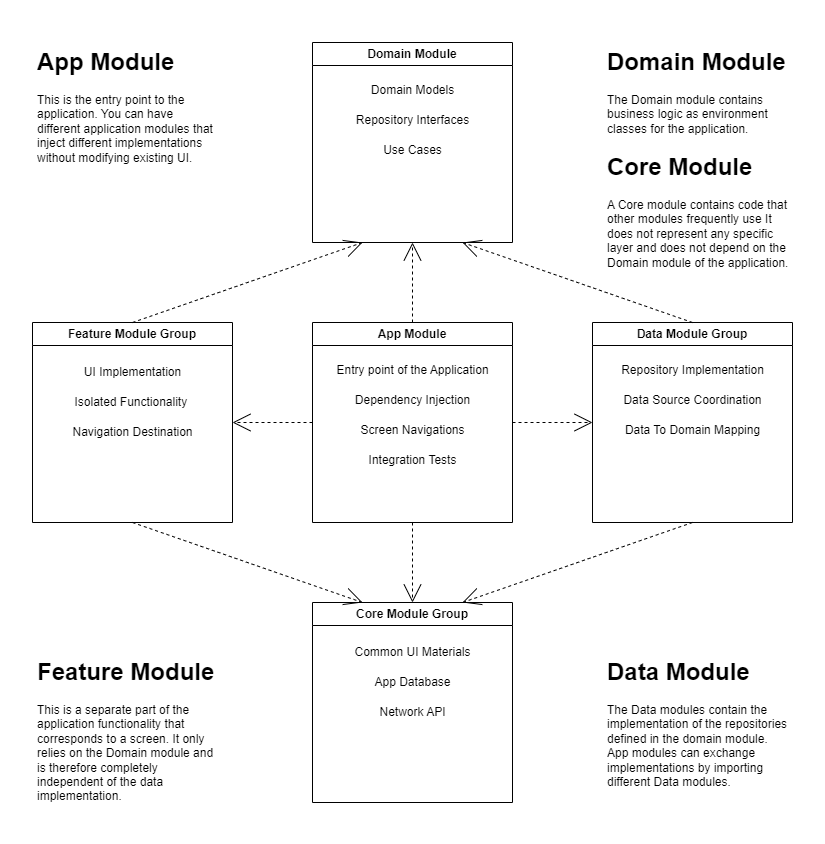
Deathhit/SunflowerClone keeps this draw.io diagram as docs/diagrams/Android App Architecture Overview.png. Above is the earlier version. Source tidied: cells renumbered, new cells last; positions are measured from the earlier drawing's top-left corner, leaving out a move shared by most shapes.
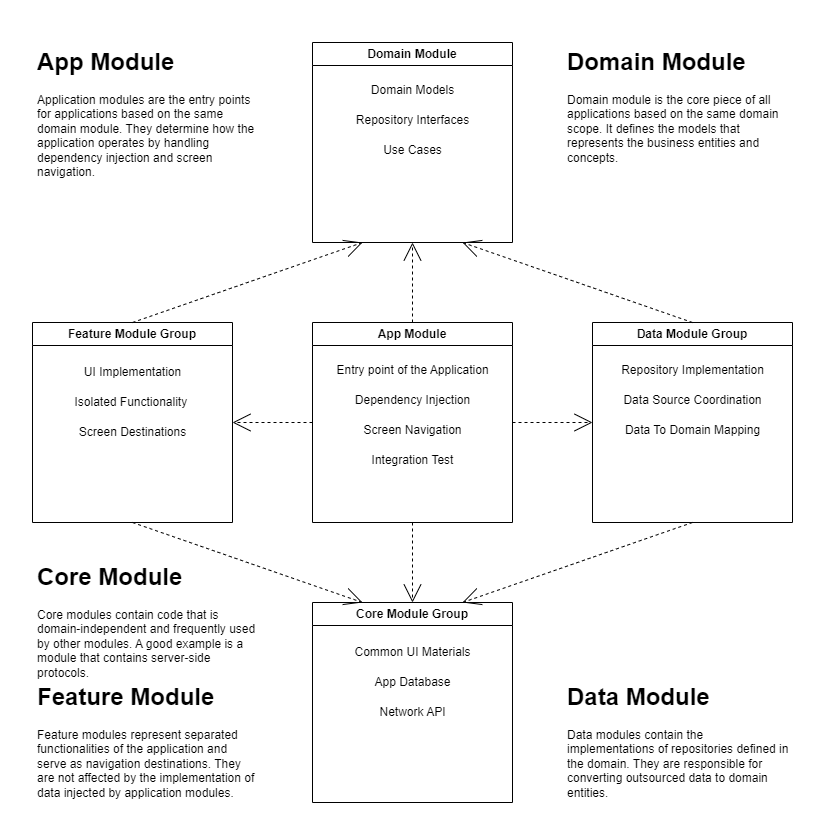
Above is the later version.

Diff of the diagram source:
```diff
@@ -2,110 +2,110 @@
   <root>
     <mxCell id="0" />
     <mxCell id="1" parent="0" />
-    <mxCell id="2" style="group;" parent="1" vertex="1">
-      <mxGeometry width="760" height="770" as="geometry" />
-    </mxCell>
+    <mxCell id="37" style="group;" parent="1" vertex="1">
+      <mxGeometry width="760" height="760" as="geometry" />
+    </mxCell>
-    <mxCell id="3" value="Feature Module Group" style="swimlane;whiteSpace=wrap;html=1;" parent="2" vertex="1">
+    <mxCell id="3" value="Feature Module Group" style="swimlane;whiteSpace=wrap;html=1;" parent="37" vertex="1">
       <mxGeometry y="280" width="200" height="200" as="geometry" />
     </mxCell>
-    <mxCell id="4" value="App Module" style="swimlane;whiteSpace=wrap;html=1;" parent="2" vertex="1">
+    <mxCell id="4" value="App Module" style="swimlane;whiteSpace=wrap;html=1;" parent="37" vertex="1">
       <mxGeometry x="280" y="280" width="200" height="200" as="geometry" />
     </mxCell>
-    <mxCell id="5" value="Data Module Group" style="swimlane;whiteSpace=wrap;html=1;" parent="2" vertex="1">
+    <mxCell id="5" value="Data Module Group" style="swimlane;whiteSpace=wrap;html=1;" parent="37" vertex="1">
       <mxGeometry x="560" y="280" width="200" height="200" as="geometry" />
     </mxCell>
-    <mxCell id="6" value="Core Module Group" style="swimlane;whiteSpace=wrap;html=1;" parent="2" vertex="1">
+    <mxCell id="6" value="Core Module Group" style="swimlane;whiteSpace=wrap;html=1;" parent="37" vertex="1">
       <mxGeometry x="280" y="560" width="200" height="200" as="geometry" />
     </mxCell>
-    <mxCell id="7" value="Domain Module" style="swimlane;whiteSpace=wrap;html=1;" parent="2" vertex="1">
+    <mxCell id="7" value="Domain Module" style="swimlane;whiteSpace=wrap;html=1;" parent="37" vertex="1">
       <mxGeometry x="280" width="200" height="200" as="geometry" />
     </mxCell>
-    <mxCell id="8" style="edgeStyle=none;rounded=0;html=1;dashed=1;labelBackgroundColor=none;startArrow=none;startFill=0;startSize=8;endArrow=open;endFill=0;endSize=16;fontFamily=Verdana;fontSize=12;entryX=0.25;entryY=1;entryDx=0;entryDy=0;exitX=0.5;exitY=0;exitDx=0;exitDy=0;" parent="2" edge="1" source="3" target="7">
+    <mxCell id="8" style="edgeStyle=none;rounded=0;html=1;dashed=1;labelBackgroundColor=none;startArrow=none;startFill=0;startSize=8;endArrow=open;endFill=0;endSize=16;fontFamily=Verdana;fontSize=12;entryX=0.25;entryY=1;entryDx=0;entryDy=0;exitX=0.5;exitY=0;exitDx=0;exitDy=0;" parent="37" edge="1" source="3" target="7">
       <mxGeometry relative="1" as="geometry" />
     </mxCell>
-    <mxCell id="9" style="edgeStyle=none;rounded=0;html=1;dashed=1;labelBackgroundColor=none;startArrow=none;startFill=0;startSize=8;endArrow=open;endFill=0;endSize=16;fontFamily=Verdana;fontSize=12;exitX=0.5;exitY=0;exitDx=0;exitDy=0;entryX=0.5;entryY=1;entryDx=0;entryDy=0;" parent="2" edge="1" source="4" target="7">
+    <mxCell id="9" style="edgeStyle=none;rounded=0;html=1;dashed=1;labelBackgroundColor=none;startArrow=none;startFill=0;startSize=8;endArrow=open;endFill=0;endSize=16;fontFamily=Verdana;fontSize=12;exitX=0.5;exitY=0;exitDx=0;exitDy=0;entryX=0.5;entryY=1;entryDx=0;entryDy=0;" parent="37" edge="1" source="4" target="7">
       <mxGeometry relative="1" as="geometry" />
     </mxCell>
-    <mxCell id="10" style="edgeStyle=none;rounded=0;html=1;dashed=1;labelBackgroundColor=none;startArrow=none;startFill=0;startSize=8;endArrow=open;endFill=0;endSize=16;fontFamily=Verdana;fontSize=12;exitX=0.5;exitY=0;exitDx=0;exitDy=0;entryX=0.75;entryY=1;entryDx=0;entryDy=0;" parent="2" edge="1" source="5" target="7">
+    <mxCell id="10" style="edgeStyle=none;rounded=0;html=1;dashed=1;labelBackgroundColor=none;startArrow=none;startFill=0;startSize=8;endArrow=open;endFill=0;endSize=16;fontFamily=Verdana;fontSize=12;exitX=0.5;exitY=0;exitDx=0;exitDy=0;entryX=0.75;entryY=1;entryDx=0;entryDy=0;" parent="37" edge="1" source="5" target="7">
       <mxGeometry relative="1" as="geometry" />
     </mxCell>
-    <mxCell id="11" style="edgeStyle=none;rounded=0;html=1;dashed=1;labelBackgroundColor=none;startArrow=none;startFill=0;startSize=8;endArrow=open;endFill=0;endSize=16;fontFamily=Verdana;fontSize=12;entryX=1;entryY=0.5;entryDx=0;entryDy=0;exitX=0;exitY=0.5;exitDx=0;exitDy=0;" parent="2" edge="1" source="4" target="3">
+    <mxCell id="11" style="edgeStyle=none;rounded=0;html=1;dashed=1;labelBackgroundColor=none;startArrow=none;startFill=0;startSize=8;endArrow=open;endFill=0;endSize=16;fontFamily=Verdana;fontSize=12;entryX=1;entryY=0.5;entryDx=0;entryDy=0;exitX=0;exitY=0.5;exitDx=0;exitDy=0;" parent="37" edge="1" source="4" target="3">
       <mxGeometry relative="1" as="geometry" />
     </mxCell>
-    <mxCell id="12" style="edgeStyle=none;rounded=0;html=1;dashed=1;labelBackgroundColor=none;startArrow=none;startFill=0;startSize=8;endArrow=open;endFill=0;endSize=16;fontFamily=Verdana;fontSize=12;entryX=0;entryY=0.5;entryDx=0;entryDy=0;exitX=1;exitY=0.5;exitDx=0;exitDy=0;" parent="2" edge="1" source="4" target="5">
+    <mxCell id="12" style="edgeStyle=none;rounded=0;html=1;dashed=1;labelBackgroundColor=none;startArrow=none;startFill=0;startSize=8;endArrow=open;endFill=0;endSize=16;fontFamily=Verdana;fontSize=12;entryX=0;entryY=0.5;entryDx=0;entryDy=0;exitX=1;exitY=0.5;exitDx=0;exitDy=0;" parent="37" edge="1" source="4" target="5">
       <mxGeometry relative="1" as="geometry" />
     </mxCell>
-    <mxCell id="13" style="edgeStyle=none;rounded=0;html=1;dashed=1;labelBackgroundColor=none;startArrow=none;startFill=0;startSize=8;endArrow=open;endFill=0;endSize=16;fontFamily=Verdana;fontSize=12;entryX=0.25;entryY=0;entryDx=0;entryDy=0;exitX=0.5;exitY=1;exitDx=0;exitDy=0;" parent="2" edge="1" source="3" target="6">
+    <mxCell id="13" style="edgeStyle=none;rounded=0;html=1;dashed=1;labelBackgroundColor=none;startArrow=none;startFill=0;startSize=8;endArrow=open;endFill=0;endSize=16;fontFamily=Verdana;fontSize=12;entryX=0.25;entryY=0;entryDx=0;entryDy=0;exitX=0.5;exitY=1;exitDx=0;exitDy=0;" parent="37" edge="1" source="3" target="6">
       <mxGeometry relative="1" as="geometry" />
     </mxCell>
-    <mxCell id="14" style="edgeStyle=none;rounded=0;html=1;dashed=1;labelBackgroundColor=none;startArrow=none;startFill=0;startSize=8;endArrow=open;endFill=0;endSize=16;fontFamily=Verdana;fontSize=12;exitX=0.5;exitY=1;exitDx=0;exitDy=0;entryX=0.5;entryY=0;entryDx=0;entryDy=0;" parent="2" edge="1" source="4" target="6">
+    <mxCell id="14" style="edgeStyle=none;rounded=0;html=1;dashed=1;labelBackgroundColor=none;startArrow=none;startFill=0;startSize=8;endArrow=open;endFill=0;endSize=16;fontFamily=Verdana;fontSize=12;exitX=0.5;exitY=1;exitDx=0;exitDy=0;entryX=0.5;entryY=0;entryDx=0;entryDy=0;" parent="37" edge="1" source="4" target="6">
       <mxGeometry relative="1" as="geometry" />
     </mxCell>
-    <mxCell id="15" style="edgeStyle=none;rounded=0;html=1;dashed=1;labelBackgroundColor=none;startArrow=none;startFill=0;startSize=8;endArrow=open;endFill=0;endSize=16;fontFamily=Verdana;fontSize=12;exitX=0.5;exitY=1;exitDx=0;exitDy=0;entryX=0.75;entryY=0;entryDx=0;entryDy=0;" parent="2" edge="1" source="5" target="6">
+    <mxCell id="15" style="edgeStyle=none;rounded=0;html=1;dashed=1;labelBackgroundColor=none;startArrow=none;startFill=0;startSize=8;endArrow=open;endFill=0;endSize=16;fontFamily=Verdana;fontSize=12;exitX=0.5;exitY=1;exitDx=0;exitDy=0;entryX=0.75;entryY=0;entryDx=0;entryDy=0;" parent="37" edge="1" source="5" target="6">
       <mxGeometry relative="1" as="geometry" />
     </mxCell>
-    <mxCell id="16" value="Isolated Functionality&amp;nbsp;" style="text;html=1;align=center;verticalAlign=middle;strokeColor=none;fillColor=none;" parent="2" vertex="1">
+    <mxCell id="16" value="Isolated Functionality&amp;nbsp;" style="text;html=1;align=center;verticalAlign=middle;strokeColor=none;fillColor=none;" parent="37" vertex="1">
       <mxGeometry x="30" y="345" width="140" height="30" as="geometry" />
     </mxCell>
-    <mxCell id="17" value="Navigation Destination" style="text;html=1;align=center;verticalAlign=middle;strokeColor=none;fillColor=none;" parent="2" vertex="1">
-      <mxGeometry x="30" y="375" width="140" height="30" as="geometry" />
+    <mxCell id="17" value="Screen Destinations" style="text;html=1;align=center;verticalAlign=middle;strokeColor=none;fillColor=none;" parent="37" vertex="1">
+      <mxGeometry x="35" y="375" width="130" height="30" as="geometry" />
     </mxCell>
-    <mxCell id="18" value="UI Implementation" style="text;html=1;align=center;verticalAlign=middle;strokeColor=none;fillColor=none;" parent="2" vertex="1">
+    <mxCell id="18" value="UI Implementation" style="text;html=1;align=center;verticalAlign=middle;strokeColor=none;fillColor=none;" parent="37" vertex="1">
       <mxGeometry x="40" y="315" width="120" height="30" as="geometry" />
     </mxCell>
-    <mxCell id="19" value="Repository Implementation" style="text;html=1;align=center;verticalAlign=middle;strokeColor=none;fillColor=none;" parent="2" vertex="1">
+    <mxCell id="19" value="Repository Implementation" style="text;html=1;align=center;verticalAlign=middle;strokeColor=none;fillColor=none;" parent="37" vertex="1">
       <mxGeometry x="575" y="313" width="170" height="30" as="geometry" />
     </mxCell>
-    <mxCell id="20" value="Data Source Coordination" style="text;html=1;align=center;verticalAlign=middle;strokeColor=none;fillColor=none;" parent="2" vertex="1">
+    <mxCell id="20" value="Data Source Coordination" style="text;html=1;align=center;verticalAlign=middle;strokeColor=none;fillColor=none;" parent="37" vertex="1">
       <mxGeometry x="580" y="343" width="160" height="30" as="geometry" />
     </mxCell>
-    <mxCell id="21" value="Data To Domain Mapping" style="text;html=1;align=center;verticalAlign=middle;strokeColor=none;fillColor=none;" parent="2" vertex="1">
+    <mxCell id="21" value="Data To Domain Mapping" style="text;html=1;align=center;verticalAlign=middle;strokeColor=none;fillColor=none;" parent="37" vertex="1">
       <mxGeometry x="580" y="373" width="160" height="30" as="geometry" />
     </mxCell>
-    <mxCell id="22" value="Common UI Materials" style="text;html=1;align=center;verticalAlign=middle;strokeColor=none;fillColor=none;" parent="2" vertex="1">
+    <mxCell id="22" value="Common UI Materials" style="text;html=1;align=center;verticalAlign=middle;strokeColor=none;fillColor=none;" parent="37" vertex="1">
       <mxGeometry x="310" y="595" width="140" height="30" as="geometry" />
     </mxCell>
-    <mxCell id="23" value="App Database" style="text;html=1;align=center;verticalAlign=middle;strokeColor=none;fillColor=none;" parent="2" vertex="1">
+    <mxCell id="23" value="App Database" style="text;html=1;align=center;verticalAlign=middle;strokeColor=none;fillColor=none;" parent="37" vertex="1">
       <mxGeometry x="330" y="625" width="100" height="30" as="geometry" />
     </mxCell>
-    <mxCell id="24" value="Network API" style="text;html=1;align=center;verticalAlign=middle;strokeColor=none;fillColor=none;" parent="2" vertex="1">
+    <mxCell id="24" value="Network API" style="text;html=1;align=center;verticalAlign=middle;strokeColor=none;fillColor=none;" parent="37" vertex="1">
       <mxGeometry x="335" y="655" width="90" height="30" as="geometry" />
     </mxCell>
-    <mxCell id="25" value="Domain Models" style="text;html=1;align=center;verticalAlign=middle;strokeColor=none;fillColor=none;" parent="2" vertex="1">
+    <mxCell id="25" value="Domain Models" style="text;html=1;align=center;verticalAlign=middle;strokeColor=none;fillColor=none;" parent="37" vertex="1">
       <mxGeometry x="325" y="33" width="110" height="30" as="geometry" />
     </mxCell>
-    <mxCell id="26" value="Repository Interfaces" style="text;html=1;align=center;verticalAlign=middle;strokeColor=none;fillColor=none;" parent="2" vertex="1">
+    <mxCell id="26" value="Repository Interfaces" style="text;html=1;align=center;verticalAlign=middle;strokeColor=none;fillColor=none;" parent="37" vertex="1">
       <mxGeometry x="310" y="63" width="140" height="30" as="geometry" />
     </mxCell>
-    <mxCell id="27" value="Use Cases" style="text;html=1;align=center;verticalAlign=middle;strokeColor=none;fillColor=none;" parent="2" vertex="1">
+    <mxCell id="27" value="Use Cases" style="text;html=1;align=center;verticalAlign=middle;strokeColor=none;fillColor=none;" parent="37" vertex="1">
       <mxGeometry x="340" y="93" width="80" height="30" as="geometry" />
     </mxCell>
-    <mxCell id="28" value="&lt;h1&gt;App Module&lt;/h1&gt;&lt;p&gt;This is the entry point to the application. You can have different application modules that inject different implementations without modifying existing UI.&lt;/p&gt;" style="text;html=1;strokeColor=none;fillColor=none;spacing=5;spacingTop=-20;whiteSpace=wrap;overflow=hidden;rounded=0;" parent="2" vertex="1">
-      <mxGeometry width="190" height="130" as="geometry" />
+    <mxCell id="28" value="&lt;h1&gt;App Module&lt;/h1&gt;&lt;p&gt;Application modules are the entry points for applications based on the same domain module. They determine how the application operates by handling dependency injection and screen navigation.&amp;nbsp;&lt;/p&gt;" style="text;html=1;strokeColor=none;fillColor=none;spacing=5;spacingTop=-20;whiteSpace=wrap;overflow=hidden;rounded=0;" parent="37" vertex="1">
+      <mxGeometry width="230" height="145" as="geometry" />
     </mxCell>
-    <mxCell id="29" value="&lt;h1&gt;Feature Module&lt;/h1&gt;&lt;p&gt;This is a separate part of the application functionality that corresponds to a screen. It only relies on the Domain module and is therefore completely independent of the data implementation.&lt;br&gt;&lt;/p&gt;" style="text;html=1;strokeColor=none;fillColor=none;spacing=5;spacingTop=-20;whiteSpace=wrap;overflow=hidden;rounded=0;" parent="2" vertex="1">
-      <mxGeometry y="610" width="190" height="160" as="geometry" />
+    <mxCell id="29" value="&lt;h1&gt;Feature Module&lt;/h1&gt;&lt;p&gt;Feature modules represent separated functionalities of the application and serve as navigation destinations. They are not affected by the implementation of data injected by application modules.&lt;br&gt;&lt;/p&gt;" style="text;html=1;strokeColor=none;fillColor=none;spacing=5;spacingTop=-20;whiteSpace=wrap;overflow=hidden;rounded=0;" parent="37" vertex="1">
+      <mxGeometry y="635" width="230" height="125" as="geometry" />
     </mxCell>
-    <mxCell id="30" value="&lt;h1&gt;Data Module&lt;/h1&gt;&lt;p&gt;The Data modules contain the implementation of the repositories defined in the domain module. App modules can exchange implementations by importing different Data modules.&lt;/p&gt;" style="text;html=1;strokeColor=none;fillColor=none;spacing=5;spacingTop=-20;whiteSpace=wrap;overflow=hidden;rounded=0;" parent="2" vertex="1">
-      <mxGeometry x="570" y="610" width="190" height="150" as="geometry" />
+    <mxCell id="30" value="&lt;h1&gt;Data Module&lt;/h1&gt;&lt;p&gt;Data modules contain the implementations of repositories defined in the domain. They are responsible for converting outsourced data to domain entities.&lt;/p&gt;" style="text;html=1;strokeColor=none;fillColor=none;spacing=5;spacingTop=-20;whiteSpace=wrap;overflow=hidden;rounded=0;" parent="37" vertex="1">
+      <mxGeometry x="530" y="635" width="230" height="125" as="geometry" />
     </mxCell>
-    <mxCell id="31" value="&lt;h1&gt;Domain Module&lt;/h1&gt;&lt;p&gt;The Domain module contains business logic as environment classes for the application.&lt;/p&gt;" style="text;html=1;strokeColor=none;fillColor=none;spacing=5;spacingTop=-20;whiteSpace=wrap;overflow=hidden;rounded=0;" parent="2" vertex="1">
-      <mxGeometry x="570" width="190" height="120" as="geometry" />
-    </mxCell>
-    <mxCell id="32" value="&lt;h1&gt;Core Module&lt;/h1&gt;&lt;p&gt;A Core module contains code that other modules frequently use It does not represent any specific layer and does not depend on the Domain module of the application.&lt;/p&gt;" style="text;html=1;strokeColor=none;fillColor=none;spacing=5;spacingTop=-20;whiteSpace=wrap;overflow=hidden;rounded=0;" parent="2" vertex="1">
-      <mxGeometry x="570" y="105" width="190" height="130" as="geometry" />
+    <mxCell id="32" value="&lt;h1&gt;Core Module&lt;/h1&gt;&lt;p&gt;Core modules contain code that is domain-independent and frequently used by other modules. A good example is a module that contains server-side protocols.&lt;/p&gt;" style="text;html=1;strokeColor=none;fillColor=none;spacing=5;spacingTop=-20;whiteSpace=wrap;overflow=hidden;rounded=0;" parent="37" vertex="1">
+      <mxGeometry y="515" width="230" height="130" as="geometry" />
     </mxCell>
-    <mxCell id="33" value="Entry point of the Application" style="text;html=1;align=center;verticalAlign=middle;strokeColor=none;fillColor=none;" parent="2" vertex="1">
+    <mxCell id="33" value="Entry point of the Application" style="text;html=1;align=center;verticalAlign=middle;strokeColor=none;fillColor=none;" parent="37" vertex="1">
       <mxGeometry x="290" y="313" width="180" height="30" as="geometry" />
     </mxCell>
-    <mxCell id="34" value="Dependency Injection" style="text;html=1;align=center;verticalAlign=middle;strokeColor=none;fillColor=none;" parent="2" vertex="1">
+    <mxCell id="34" value="Dependency Injection" style="text;html=1;align=center;verticalAlign=middle;strokeColor=none;fillColor=none;" parent="37" vertex="1">
       <mxGeometry x="310" y="343" width="140" height="30" as="geometry" />
     </mxCell>
-    <mxCell id="35" value="Screen Navigations" style="text;html=1;align=center;verticalAlign=middle;strokeColor=none;fillColor=none;" parent="2" vertex="1">
-      <mxGeometry x="315" y="373" width="130" height="30" as="geometry" />
+    <mxCell id="35" value="Screen Navigation" style="text;html=1;align=center;verticalAlign=middle;strokeColor=none;fillColor=none;" parent="37" vertex="1">
+      <mxGeometry x="320" y="373" width="120" height="30" as="geometry" />
     </mxCell>
-    <mxCell id="36" value="Integration Tests" style="text;html=1;align=center;verticalAlign=middle;strokeColor=none;fillColor=none;" parent="2" vertex="1">
+    <mxCell id="36" value="Integration Test" style="text;html=1;align=center;verticalAlign=middle;strokeColor=none;fillColor=none;" parent="37" vertex="1">
       <mxGeometry x="325" y="403" width="110" height="30" as="geometry" />
     </mxCell>
+    <mxCell id="38" value="&lt;h1&gt;Domain Module&lt;/h1&gt;&lt;p&gt;Domain module is the core piece of all applications based on the same domain scope. It defines the models that represents the business entities and concepts.&lt;/p&gt;" style="text;html=1;strokeColor=none;fillColor=none;spacing=5;spacingTop=-20;whiteSpace=wrap;overflow=hidden;rounded=0;" parent="37" vertex="1">
+      <mxGeometry x="530" width="230" height="145" as="geometry" />
+    </mxCell>
   </root>
 </mxGraphModel>
```
